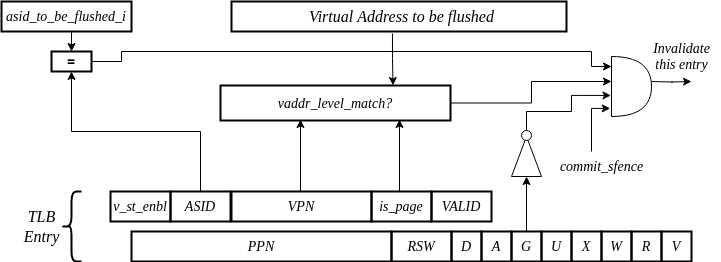
This is docs/03_cva6_design/_static/sfence_vaddr_asid.png from openhwgroup/cva6, a draw.io export, as it was before one commit. Source tidied: cells renumbered, new cells last; positions are measured from the earlier drawing's top-left corner, leaving out a move shared by most shapes. Its diagram source:
```xml
<mxGraphModel>
  <root>
    <mxCell id="0" />
    <mxCell id="1" parent="0" />
    <mxCell id="2" style="rounded=0;whiteSpace=wrap;html=1;strokeWidth=2;fillColor=none;fontStyle=2;fontSize=14;fontFamily=Times New Roman;" parent="1" vertex="1">
      <mxGeometry x="230" width="335" height="30" as="geometry" />
    </mxCell>
    <mxCell id="3" style="edgeStyle=orthogonalEdgeStyle;rounded=0;jettySize=auto;html=1;entryX=0.75;entryY=0;entryDx=0;entryDy=0;exitX=0.457;exitY=1.067;exitDx=0;exitDy=0;exitPerimeter=0;" parent="1" edge="1" source="4" target="36">
      <mxGeometry relative="1" as="geometry" />
    </mxCell>
    <mxCell id="4" value="Virtual Address to be flushed" style="text;html=1;align=center;verticalAlign=middle;points=[];strokeColor=none;fillColor=none;fontFamily=Times New Roman;fontSize=16;fontStyle=2;" parent="1" vertex="1">
      <mxGeometry x="295" width="210" height="30" as="geometry" />
    </mxCell>
    <mxCell id="5" style="edgeStyle=orthogonalEdgeStyle;rounded=0;jettySize=auto;html=1;exitX=0.5;exitY=1;exitDx=0;exitDy=0;entryX=0.5;entryY=0;entryDx=0;entryDy=0;" parent="1" edge="1" source="6" target="8">
      <mxGeometry relative="1" as="geometry" />
    </mxCell>
    <mxCell id="6" value="asid_to_be_flushed_i" style="rounded=0;whiteSpace=wrap;html=1;strokeWidth=2;fillColor=none;fontStyle=2;fontSize=14;fontFamily=Times New Roman;" parent="1" vertex="1">
      <mxGeometry width="130" height="30" as="geometry" />
    </mxCell>
    <mxCell id="7" style="edgeStyle=orthogonalEdgeStyle;rounded=0;jettySize=auto;html=1;exitX=1;exitY=0.5;exitDx=0;exitDy=0;entryX=0;entryY=0.25;entryDx=0;entryDy=0;entryPerimeter=0;" parent="1" edge="1" source="8">
      <mxGeometry relative="1" as="geometry">
        <mxPoint x="610" y="65" as="targetPoint" />
        <Array as="points">
          <mxPoint x="120" y="60" />
          <mxPoint x="120" y="50" />
          <mxPoint x="590" y="50" />
          <mxPoint x="590" y="65" />
        </Array>
      </mxGeometry>
    </mxCell>
    <mxCell id="8" value="&lt;span style=&quot;font-size: 14px;&quot;&gt;=&lt;/span&gt;" style="rounded=0;whiteSpace=wrap;html=1;fontStyle=1;fontSize=14;strokeWidth=2;" parent="1" vertex="1">
      <mxGeometry x="50" y="50" width="40" height="20" as="geometry" />
    </mxCell>
    <mxCell id="9" value="Invalidate&lt;br&gt;this entry" style="text;html=1;align=center;verticalAlign=middle;strokeColor=none;fillColor=none;fontFamily=Times New Roman;fontStyle=2;fontSize=14;" parent="1" vertex="1">
      <mxGeometry x="640" y="30" width="80" height="50" as="geometry" />
    </mxCell>
    <mxCell id="10" value="VPN" style="rounded=0;whiteSpace=wrap;html=1;strokeWidth=2;fillColor=none;fontStyle=2;fontSize=14;fontFamily=Times New Roman;" parent="1" vertex="1">
      <mxGeometry x="230" y="190" width="140" height="30" as="geometry" />
    </mxCell>
    <mxCell id="11" value="VALID" style="rounded=0;whiteSpace=wrap;html=1;strokeWidth=2;fillColor=default;fontStyle=2;fontSize=14;fontFamily=Times New Roman;" parent="1" vertex="1">
      <mxGeometry x="430" y="190" width="60" height="30" as="geometry" />
    </mxCell>
    <mxCell id="12" value="is_page" style="rounded=0;whiteSpace=wrap;html=1;strokeWidth=2;fillColor=none;fontStyle=2;fontSize=14;fontFamily=Times New Roman;" parent="1" vertex="1">
      <mxGeometry x="370" y="190" width="60" height="30" as="geometry" />
    </mxCell>
    <mxCell id="13" style="edgeStyle=orthogonalEdgeStyle;rounded=0;jettySize=auto;html=1;exitX=0.5;exitY=0;exitDx=0;exitDy=0;entryX=0.5;entryY=1;entryDx=0;entryDy=0;" parent="1" edge="1" source="14" target="8">
      <mxGeometry relative="1" as="geometry" />
    </mxCell>
    <mxCell id="14" value="ASID" style="rounded=0;whiteSpace=wrap;html=1;strokeWidth=2;fillColor=none;fontStyle=2;fontSize=14;fontFamily=Times New Roman;" parent="1" vertex="1">
      <mxGeometry x="169" y="190" width="60" height="30" as="geometry" />
    </mxCell>
    <mxCell id="15" style="edgeStyle=orthogonalEdgeStyle;rounded=0;jettySize=auto;html=1;entryX=0;entryY=0.5;entryDx=0;entryDy=0;entryPerimeter=0;" parent="1" edge="1" source="36">
      <mxGeometry relative="1" as="geometry">
        <mxPoint x="610" y="80" as="targetPoint" />
        <Array as="points">
          <mxPoint x="530" y="101" />
          <mxPoint x="530" y="80" />
        </Array>
      </mxGeometry>
    </mxCell>
    <mxCell id="16" style="edgeStyle=orthogonalEdgeStyle;rounded=0;orthogonalLoop=1;jettySize=auto;html=1;exitX=1;exitY=0.5;exitDx=0;exitDy=0;exitPerimeter=0;" parent="1" edge="1">
      <mxGeometry relative="1" as="geometry">
        <mxPoint x="650" y="80" as="sourcePoint" />
        <mxPoint x="690" y="80" as="targetPoint" />
      </mxGeometry>
    </mxCell>
    <mxCell id="17" value="V" style="rounded=0;whiteSpace=wrap;html=1;strokeWidth=2;fillColor=none;fontStyle=2;fontSize=14;fontFamily=Times New Roman;" parent="1" vertex="1">
      <mxGeometry x="660" y="230" width="30" height="30" as="geometry" />
    </mxCell>
    <mxCell id="18" value="R" style="rounded=0;whiteSpace=wrap;html=1;strokeWidth=2;fillColor=none;fontStyle=2;fontSize=14;fontFamily=Times New Roman;" parent="1" vertex="1">
      <mxGeometry x="630" y="230" width="30" height="30" as="geometry" />
    </mxCell>
    <mxCell id="19" value="W" style="rounded=0;whiteSpace=wrap;html=1;strokeWidth=2;fillColor=none;fontStyle=2;fontSize=14;fontFamily=Times New Roman;" parent="1" vertex="1">
      <mxGeometry x="600" y="230" width="30" height="30" as="geometry" />
    </mxCell>
    <mxCell id="20" value="X" style="rounded=0;whiteSpace=wrap;html=1;strokeWidth=2;fillColor=none;fontStyle=2;fontSize=14;fontFamily=Times New Roman;" parent="1" vertex="1">
      <mxGeometry x="570" y="230" width="30" height="30" as="geometry" />
    </mxCell>
    <mxCell id="21" value="U" style="rounded=0;whiteSpace=wrap;html=1;strokeWidth=2;fillColor=none;fontStyle=2;fontSize=14;fontFamily=Times New Roman;" parent="1" vertex="1">
      <mxGeometry x="540" y="230" width="30" height="30" as="geometry" />
    </mxCell>
    <mxCell id="22" style="edgeStyle=orthogonalEdgeStyle;rounded=0;jettySize=auto;html=1;exitX=0.5;exitY=0;exitDx=0;exitDy=0;entryX=0;entryY=0.5;entryDx=0;entryDy=0;" parent="1" edge="1" source="23" target="30">
      <mxGeometry relative="1" as="geometry" />
    </mxCell>
    <mxCell id="23" value="G" style="rounded=0;whiteSpace=wrap;html=1;strokeWidth=2;fillColor=none;fontStyle=2;fontSize=14;fontFamily=Times New Roman;" parent="1" vertex="1">
      <mxGeometry x="510" y="230" width="30" height="30" as="geometry" />
    </mxCell>
    <mxCell id="24" value="A" style="rounded=0;whiteSpace=wrap;html=1;strokeWidth=2;fillColor=none;fontStyle=2;fontSize=14;fontFamily=Times New Roman;" parent="1" vertex="1">
      <mxGeometry x="480" y="230" width="30" height="30" as="geometry" />
    </mxCell>
    <mxCell id="25" value="D" style="rounded=0;whiteSpace=wrap;html=1;strokeWidth=2;fillColor=none;fontStyle=2;fontSize=14;fontFamily=Times New Roman;" parent="1" vertex="1">
      <mxGeometry x="450" y="230" width="30" height="30" as="geometry" />
    </mxCell>
    <mxCell id="26" value="RSW" style="rounded=0;whiteSpace=wrap;html=1;strokeWidth=2;fillColor=none;fontStyle=2;fontSize=14;fontFamily=Times New Roman;" parent="1" vertex="1">
      <mxGeometry x="390" y="230" width="60" height="30" as="geometry" />
    </mxCell>
    <mxCell id="27" value="PPN" style="rounded=0;whiteSpace=wrap;html=1;strokeWidth=2;fillColor=none;fontStyle=2;fontSize=14;fontFamily=Times New Roman;" parent="1" vertex="1">
      <mxGeometry x="130" y="230" width="260" height="30" as="geometry" />
    </mxCell>
    <mxCell id="28" style="shape=curlyBracket;whiteSpace=wrap;html=1;rounded=1;labelPosition=left;verticalLabelPosition=middle;align=right;verticalAlign=middle;strokeWidth=2;" parent="1" vertex="1">
      <mxGeometry x="60" y="190" width="20" height="70" as="geometry" />
    </mxCell>
    <mxCell id="29" value="TLB&lt;br&gt;Entry" style="text;html=1;align=center;verticalAlign=middle;strokeColor=none;fillColor=none;fontFamily=Times New Roman;fontSize=16;fontStyle=2;" parent="1" vertex="1">
      <mxGeometry x="10" y="200" width="60" height="50" as="geometry" />
    </mxCell>
    <mxCell id="30" style="triangle;whiteSpace=wrap;html=1;rotation=-90;" parent="1" vertex="1">
      <mxGeometry x="505" y="140" width="40" height="30" as="geometry" />
    </mxCell>
    <mxCell id="31" style="edgeStyle=orthogonalEdgeStyle;rounded=0;jettySize=auto;html=1;exitX=0.5;exitY=0;exitDx=0;exitDy=0;entryX=-0.013;entryY=0.649;entryDx=0;entryDy=0;entryPerimeter=0;" parent="1" edge="1" source="32" target="33">
      <mxGeometry relative="1" as="geometry">
        <Array as="points">
          <mxPoint x="525" y="110" />
          <mxPoint x="570" y="110" />
          <mxPoint x="570" y="94" />
        </Array>
      </mxGeometry>
    </mxCell>
    <mxCell id="32" style="ellipse;whiteSpace=wrap;html=1;" parent="1" vertex="1">
      <mxGeometry x="520" y="129" width="10" height="10" as="geometry" />
    </mxCell>
    <mxCell id="33" style="shape=or;whiteSpace=wrap;html=1;" parent="1" vertex="1">
      <mxGeometry x="610" y="55" width="40" height="60" as="geometry" />
    </mxCell>
    <mxCell id="34" style="edgeStyle=orthogonalEdgeStyle;rounded=0;jettySize=auto;html=1;entryX=-0.031;entryY=0.865;entryDx=0;entryDy=0;entryPerimeter=0;" parent="1" edge="1" target="33">
      <mxGeometry relative="1" as="geometry">
        <mxPoint x="590" y="150" as="sourcePoint" />
        <Array as="points">
          <mxPoint x="590" y="107" />
        </Array>
      </mxGeometry>
    </mxCell>
    <mxCell id="35" value="commit_sfence" style="text;html=1;align=center;verticalAlign=middle;strokeColor=none;fillColor=none;fontFamily=Times New Roman;fontStyle=2;fontSize=14;" parent="1" vertex="1">
      <mxGeometry x="545" y="150" width="110" height="30" as="geometry" />
    </mxCell>
    <mxCell id="36" value="vaddr_level_match?" style="rounded=0;whiteSpace=wrap;html=1;strokeWidth=2;fillColor=none;fontStyle=2;fontSize=14;fontFamily=Times New Roman;" parent="1" vertex="1">
      <mxGeometry x="219" y="84" width="230" height="35" as="geometry" />
    </mxCell>
    <mxCell id="37" style="edgeStyle=orthogonalEdgeStyle;rounded=0;orthogonalLoop=1;jettySize=auto;html=1;exitX=0.5;exitY=0;exitDx=0;exitDy=0;entryX=0.787;entryY=1.1;entryDx=0;entryDy=0;entryPerimeter=0;" parent="1" edge="1">
      <mxGeometry relative="1" as="geometry">
        <mxPoint x="299" y="190" as="sourcePoint" />
        <mxPoint x="299" y="118" as="targetPoint" />
      </mxGeometry>
    </mxCell>
    <mxCell id="38" style="edgeStyle=orthogonalEdgeStyle;rounded=0;orthogonalLoop=1;jettySize=auto;html=1;exitX=0.5;exitY=0;exitDx=0;exitDy=0;entryX=0.787;entryY=1.1;entryDx=0;entryDy=0;entryPerimeter=0;" parent="1" edge="1">
      <mxGeometry relative="1" as="geometry">
        <mxPoint x="398" y="190" as="sourcePoint" />
        <mxPoint x="398" y="118" as="targetPoint" />
      </mxGeometry>
    </mxCell>
    <mxCell id="39" value="v_st_enbl" style="rounded=0;whiteSpace=wrap;html=1;strokeWidth=2;fillColor=none;fontStyle=2;fontSize=14;fontFamily=Times New Roman;" parent="1" vertex="1">
      <mxGeometry x="109" y="190" width="60" height="30" as="geometry" />
    </mxCell>
  </root>
</mxGraphModel>
```
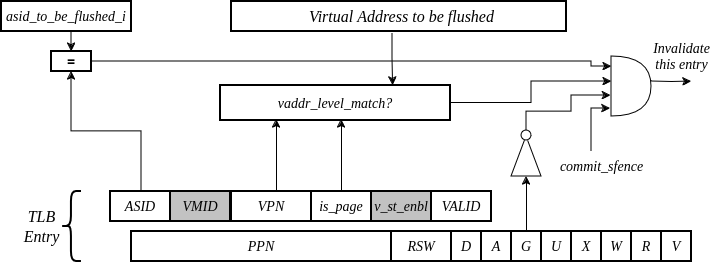
Above is the later version.

What changed in the source:
```diff
@@ -21,9 +21,7 @@
       <mxGeometry relative="1" as="geometry">
         <mxPoint x="610" y="65" as="targetPoint" />
         <Array as="points">
-          <mxPoint x="120" y="60" />
-          <mxPoint x="120" y="50" />
-          <mxPoint x="590" y="50" />
+          <mxPoint x="590" y="60" />
           <mxPoint x="590" y="65" />
         </Array>
       </mxGeometry>
@@ -35,18 +33,24 @@
       <mxGeometry x="640" y="30" width="80" height="50" as="geometry" />
     </mxCell>
     <mxCell id="10" value="VPN" style="rounded=0;whiteSpace=wrap;html=1;strokeWidth=2;fillColor=none;fontStyle=2;fontSize=14;fontFamily=Times New Roman;" parent="1" vertex="1">
-      <mxGeometry x="230" y="190" width="140" height="30" as="geometry" />
+      <mxGeometry x="230" y="190" width="80" height="30" as="geometry" />
     </mxCell>
     <mxCell id="11" value="VALID" style="rounded=0;whiteSpace=wrap;html=1;strokeWidth=2;fillColor=default;fontStyle=2;fontSize=14;fontFamily=Times New Roman;" parent="1" vertex="1">
       <mxGeometry x="430" y="190" width="60" height="30" as="geometry" />
     </mxCell>
     <mxCell id="12" value="is_page" style="rounded=0;whiteSpace=wrap;html=1;strokeWidth=2;fillColor=none;fontStyle=2;fontSize=14;fontFamily=Times New Roman;" parent="1" vertex="1">
-      <mxGeometry x="370" y="190" width="60" height="30" as="geometry" />
+      <mxGeometry x="310" y="190" width="60" height="30" as="geometry" />
     </mxCell>
     <mxCell id="13" style="edgeStyle=orthogonalEdgeStyle;rounded=0;jettySize=auto;html=1;exitX=0.5;exitY=0;exitDx=0;exitDy=0;entryX=0.5;entryY=1;entryDx=0;entryDy=0;" parent="1" edge="1" source="14" target="8">
-      <mxGeometry relative="1" as="geometry" />
+      <mxGeometry relative="1" as="geometry">
+        <Array as="points">
+          <mxPoint x="140" y="190" />
+          <mxPoint x="140" y="130" />
+          <mxPoint x="70" y="130" />
+        </Array>
+      </mxGeometry>
     </mxCell>
-    <mxCell id="14" value="ASID" style="rounded=0;whiteSpace=wrap;html=1;strokeWidth=2;fillColor=none;fontStyle=2;fontSize=14;fontFamily=Times New Roman;" parent="1" vertex="1">
+    <mxCell id="14" value="VMID" style="rounded=0;whiteSpace=wrap;html=1;strokeWidth=2;fillColor=#C2C2C2;fontStyle=2;fontSize=14;fontFamily=Times New Roman;" parent="1" vertex="1">
       <mxGeometry x="169" y="190" width="60" height="30" as="geometry" />
     </mxCell>
     <mxCell id="15" style="edgeStyle=orthogonalEdgeStyle;rounded=0;jettySize=auto;html=1;entryX=0;entryY=0.5;entryDx=0;entryDy=0;entryPerimeter=0;" parent="1" edge="1" source="36">
@@ -137,18 +141,21 @@
     </mxCell>
     <mxCell id="37" style="edgeStyle=orthogonalEdgeStyle;rounded=0;orthogonalLoop=1;jettySize=auto;html=1;exitX=0.5;exitY=0;exitDx=0;exitDy=0;entryX=0.787;entryY=1.1;entryDx=0;entryDy=0;entryPerimeter=0;" parent="1" edge="1">
       <mxGeometry relative="1" as="geometry">
-        <mxPoint x="299" y="190" as="sourcePoint" />
-        <mxPoint x="299" y="118" as="targetPoint" />
+        <mxPoint x="275" y="190" as="sourcePoint" />
+        <mxPoint x="275" y="118" as="targetPoint" />
       </mxGeometry>
     </mxCell>
     <mxCell id="38" style="edgeStyle=orthogonalEdgeStyle;rounded=0;orthogonalLoop=1;jettySize=auto;html=1;exitX=0.5;exitY=0;exitDx=0;exitDy=0;entryX=0.787;entryY=1.1;entryDx=0;entryDy=0;entryPerimeter=0;" parent="1" edge="1">
       <mxGeometry relative="1" as="geometry">
-        <mxPoint x="398" y="190" as="sourcePoint" />
-        <mxPoint x="398" y="118" as="targetPoint" />
+        <mxPoint x="340" y="190" as="sourcePoint" />
+        <mxPoint x="340" y="118" as="targetPoint" />
       </mxGeometry>
     </mxCell>
-    <mxCell id="39" value="v_st_enbl" style="rounded=0;whiteSpace=wrap;html=1;strokeWidth=2;fillColor=none;fontStyle=2;fontSize=14;fontFamily=Times New Roman;" parent="1" vertex="1">
-      <mxGeometry x="109" y="190" width="60" height="30" as="geometry" />
+    <mxCell id="39" value="v_st_enbl" style="rounded=0;whiteSpace=wrap;html=1;strokeWidth=2;fillColor=#C2C2C2;fontStyle=2;fontSize=14;fontFamily=Times New Roman;" parent="1" vertex="1">
+      <mxGeometry x="370" y="190" width="60" height="30" as="geometry" />
     </mxCell>
+    <mxCell id="40" value="ASID" style="rounded=0;whiteSpace=wrap;html=1;strokeWidth=2;fillColor=none;fontStyle=2;fontSize=14;fontFamily=Times New Roman;" parent="1" vertex="1">
+      <mxGeometry x="109" y="190" width="60" height="30" as="geometry" />
+    </mxCell>
   </root>
 </mxGraphModel>
```
